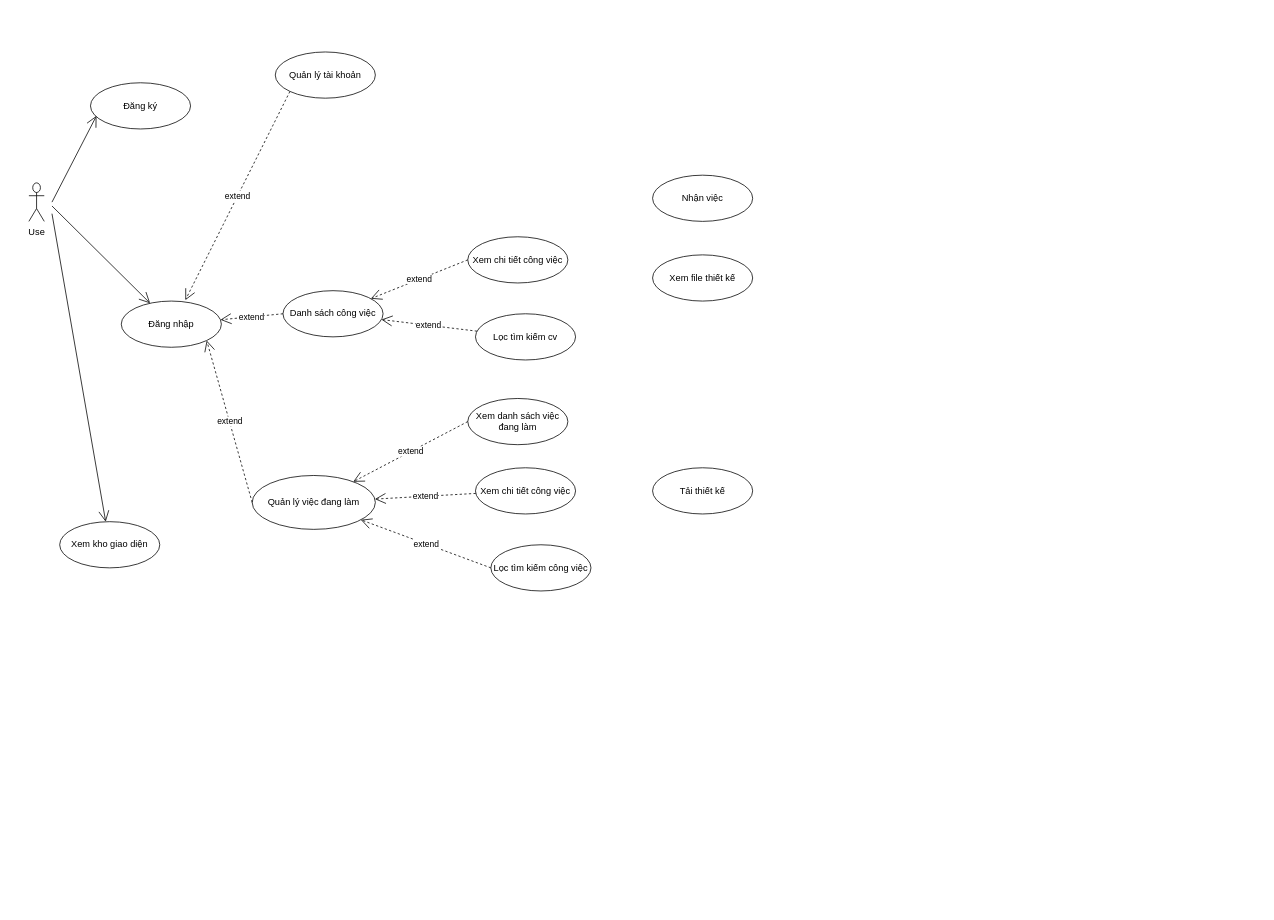
The draw.io diagram Untitled Diagram.drawio in manhhaihust/mdb-docs-and-content, before the edit. Source tidied: cells renumbered, new cells numbered last; positions are measured from the earlier drawing's top-left corner, leaving out a move shared by most shapes. Both pictures are drawn from the tidied source at 77%, with x=0, y=0 at pixel (28, 52).
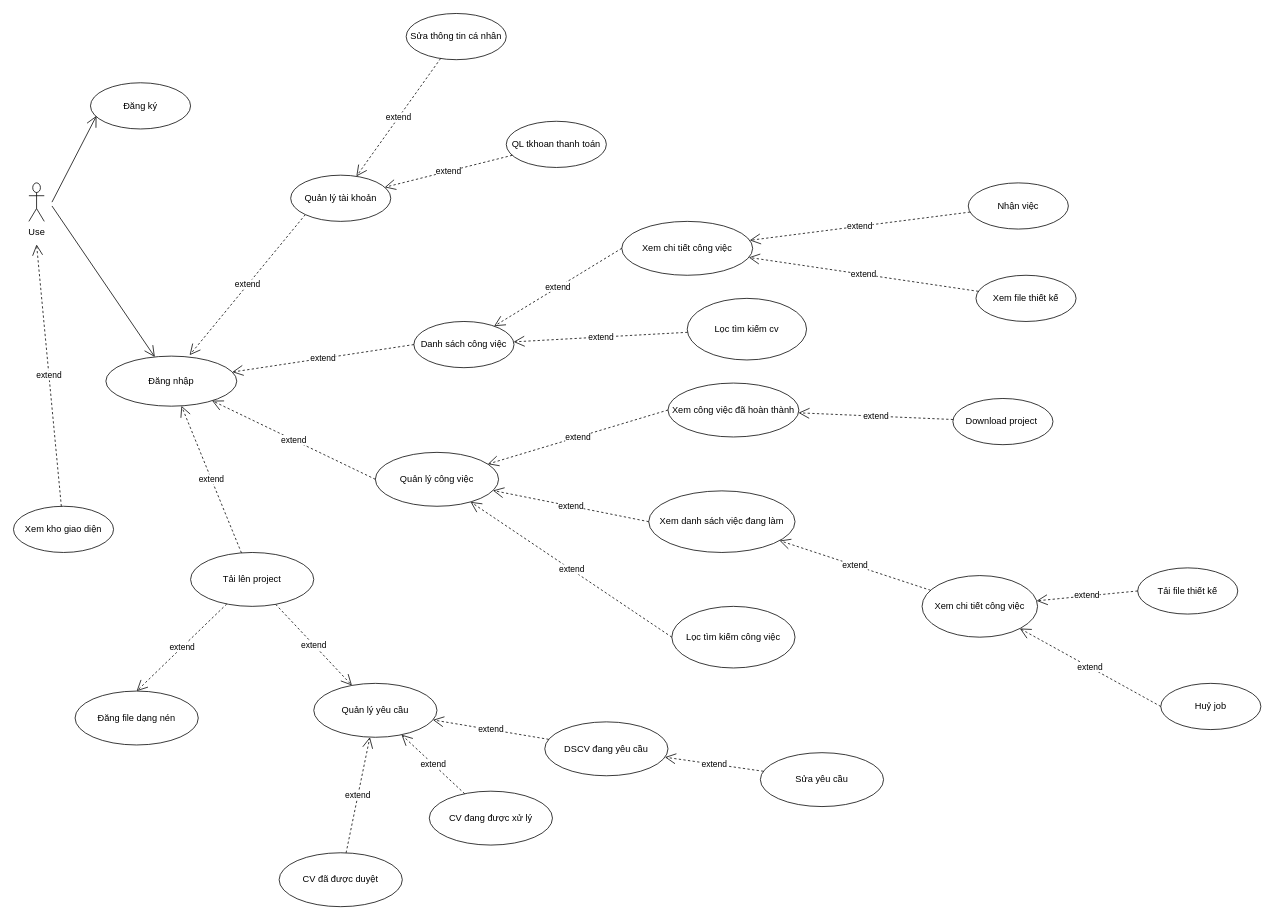
The same diagram, later.

Change to the diagram source:
```diff
@@
     <mxCell id="5" value="Đăng nhập" style="ellipse;whiteSpace=wrap;html=1;" parent="1" vertex="1">
-      <mxGeometry x="120" y="323.5" width="130" height="60" as="geometry" />
+      <mxGeometry x="100" y="395" width="170" height="65" as="geometry" />
     </mxCell>
@@
     <mxCell id="7" value="Xem kho giao diện" style="ellipse;whiteSpace=wrap;html=1;" parent="1" vertex="1">
-      <mxGeometry x="40" y="610" width="130" height="60" as="geometry" />
+      <mxGeometry x="-20" y="590" width="130" height="60" as="geometry" />
     </mxCell>
-    <mxCell id="8" style="endArrow=open;endFill=1;endSize=12;html=1;" parent="1" edge="1" target="7">
-      <mxGeometry relative="1" as="geometry">
-        <mxPoint x="30" y="210" as="sourcePoint" />
-      </mxGeometry>
-    </mxCell>
@@
     <mxCell id="10" value="Quản lý tài khoản" style="ellipse;whiteSpace=wrap;html=1;" parent="1" vertex="1">
-      <mxGeometry x="320" width="130" height="60" as="geometry" />
+      <mxGeometry x="340" y="160" width="130" height="60" as="geometry" />
     </mxCell>
     <mxCell id="11" value="Danh sách công việc" style="ellipse;whiteSpace=wrap;html=1;" parent="1" vertex="1">
-      <mxGeometry x="330" y="310" width="130" height="60" as="geometry" />
+      <mxGeometry x="500" y="350" width="130" height="60" as="geometry" />
     </mxCell>
-    <mxCell id="12" value="Quản lý việc đang làm" style="ellipse;whiteSpace=wrap;html=1;" parent="1" vertex="1">
-      <mxGeometry x="290" y="550" width="160" height="70" as="geometry" />
+    <mxCell id="12" value="Quản lý công việc" style="ellipse;whiteSpace=wrap;html=1;" parent="1" vertex="1">
+      <mxGeometry x="450" y="520" width="160" height="70" as="geometry" />
     </mxCell>
     <mxCell id="13" value="Xem danh sách việc đang làm" style="ellipse;whiteSpace=wrap;html=1;" parent="1" vertex="1">
-      <mxGeometry x="570" y="450" width="130" height="60" as="geometry" />
+      <mxGeometry x="805" y="570" width="190" height="80" as="geometry" />
     </mxCell>
     <mxCell id="14" value="Lọc tìm kiếm công việc" style="ellipse;whiteSpace=wrap;html=1;" parent="1" vertex="1">
-      <mxGeometry x="600" y="640" width="130" height="60" as="geometry" />
+      <mxGeometry x="835" y="720" width="160" height="80" as="geometry" />
     </mxCell>
     <mxCell id="15" value="Xem chi tiết công việc" style="ellipse;whiteSpace=wrap;html=1;" parent="1" vertex="1">
-      <mxGeometry x="580" y="540" width="130" height="60" as="geometry" />
+      <mxGeometry x="1160" y="680" width="150" height="80" as="geometry" />
     </mxCell>
-    <mxCell id="16" value="Tải thiết kế" style="ellipse;whiteSpace=wrap;html=1;" parent="1" vertex="1">
-      <mxGeometry x="810" y="540" width="130" height="60" as="geometry" />
+    <mxCell id="16" value="Tải file thiết kế" style="ellipse;whiteSpace=wrap;html=1;" parent="1" vertex="1">
+      <mxGeometry x="1440" y="670" width="130" height="60" as="geometry" />
     </mxCell>
     <mxCell id="17" value="Xem chi tiết công việc" style="ellipse;whiteSpace=wrap;html=1;" parent="1" vertex="1">
-      <mxGeometry x="570" y="240" width="130" height="60" as="geometry" />
+      <mxGeometry x="770" y="220" width="170" height="70" as="geometry" />
     </mxCell>
     <mxCell id="18" value="Lọc tìm kiếm cv" style="ellipse;whiteSpace=wrap;html=1;" parent="1" vertex="1">
-      <mxGeometry x="580" y="340" width="130" height="60" as="geometry" />
+      <mxGeometry x="855" y="320" width="155" height="80" as="geometry" />
     </mxCell>
     <mxCell id="19" value="Nhận việc" style="ellipse;whiteSpace=wrap;html=1;" parent="1" vertex="1">
-      <mxGeometry x="810" y="160" width="130" height="60" as="geometry" />
+      <mxGeometry x="1220" y="170" width="130" height="60" as="geometry" />
     </mxCell>
     <mxCell id="20" value="Xem file thiết kế" style="ellipse;whiteSpace=wrap;html=1;" parent="1" vertex="1">
-      <mxGeometry x="810" y="263.5" width="130" height="60" as="geometry" />
+      <mxGeometry x="1230" y="290" width="130" height="60" as="geometry" />
     </mxCell>
@@
-    <mxCell id="22" value="extend" style="endArrow=open;endSize=12;dashed=1;html=1;exitX=0;exitY=0.5;exitDx=0;exitDy=0;entryX=1;entryY=1;entryDx=0;entryDy=0;" parent="1" edge="1" source="12" target="5">
+    <mxCell id="22" value="extend" style="endArrow=open;endSize=12;dashed=1;html=1;exitX=0;exitY=0.5;exitDx=0;exitDy=0;" parent="1" edge="1" source="12" target="5">
       <mxGeometry relative="1" as="geometry" />
     </mxCell>
@@
-    <mxCell id="25" value="extend" style="endArrow=open;endSize=12;dashed=1;html=1;" parent="1" edge="1" source="15" target="12">
+    <mxCell id="25" value="extend" style="endArrow=open;endSize=12;dashed=1;html=1;" parent="1" edge="1" source="15" target="13">
       <mxGeometry relative="1" as="geometry" />
     </mxCell>
@@
+    <mxCell id="28" value="Xem công việc đã hoàn thành" style="ellipse;whiteSpace=wrap;html=1;" parent="1" vertex="1">
+      <mxGeometry x="830" y="430" width="170" height="70" as="geometry" />
+    </mxCell>
+    <mxCell id="29" value="extend" style="endArrow=open;endSize=12;dashed=1;html=1;exitX=0;exitY=0.5;exitDx=0;exitDy=0;" parent="1" edge="1" source="28" target="12">
+      <mxGeometry relative="1" as="geometry" />
+    </mxCell>
+    <mxCell id="30" value="Huỷ job" style="ellipse;whiteSpace=wrap;html=1;" parent="1" vertex="1">
+      <mxGeometry x="1470" y="820" width="130" height="60" as="geometry" />
+    </mxCell>
+    <mxCell id="31" value="extend" style="endArrow=open;endSize=12;dashed=1;html=1;" parent="1" edge="1" source="19" target="17">
+      <mxGeometry relative="1" as="geometry" />
+    </mxCell>
+    <mxCell id="32" value="extend" style="endArrow=open;endSize=12;dashed=1;html=1;" parent="1" edge="1" source="20" target="17">
+      <mxGeometry relative="1" as="geometry" />
+    </mxCell>
+    <mxCell id="33" value="extend" style="endArrow=open;endSize=12;dashed=1;html=1;" parent="1" edge="1" source="7">
+      <mxGeometry relative="1" as="geometry">
+        <mxPoint x="10" y="250" as="targetPoint" />
+      </mxGeometry>
+    </mxCell>
+    <mxCell id="34" value="extend" style="endArrow=open;endSize=12;dashed=1;html=1;exitX=0;exitY=0.5;exitDx=0;exitDy=0;" parent="1" edge="1" source="16" target="15">
+      <mxGeometry relative="1" as="geometry" />
+    </mxCell>
+    <mxCell id="35" value="extend" style="endArrow=open;endSize=12;dashed=1;html=1;exitX=0;exitY=0.5;exitDx=0;exitDy=0;" parent="1" edge="1" source="30" target="15">
+      <mxGeometry relative="1" as="geometry" />
+    </mxCell>
+    <mxCell id="36" value="Download project&amp;nbsp;" style="ellipse;whiteSpace=wrap;html=1;" parent="1" vertex="1">
+      <mxGeometry x="1200" y="450" width="130" height="60" as="geometry" />
+    </mxCell>
+    <mxCell id="37" value="extend" style="endArrow=open;endSize=12;dashed=1;html=1;" parent="1" edge="1" source="36" target="28">
+      <mxGeometry relative="1" as="geometry" />
+    </mxCell>
+    <mxCell id="38" value="Sửa thông tin cá nhân" style="ellipse;whiteSpace=wrap;html=1;" parent="1" vertex="1">
+      <mxGeometry x="490" y="-50" width="130" height="60" as="geometry" />
+    </mxCell>
+    <mxCell id="39" value="extend" style="endArrow=open;endSize=12;dashed=1;html=1;" parent="1" edge="1" source="38" target="10">
+      <mxGeometry relative="1" as="geometry" />
+    </mxCell>
+    <mxCell id="40" value="QL tkhoan thanh toán" style="ellipse;whiteSpace=wrap;html=1;" parent="1" vertex="1">
+      <mxGeometry x="620" y="90" width="130" height="60" as="geometry" />
+    </mxCell>
+    <mxCell id="41" value="extend" style="endArrow=open;endSize=12;dashed=1;html=1;" parent="1" edge="1" source="40" target="10">
+      <mxGeometry relative="1" as="geometry" />
+    </mxCell>
+    <mxCell id="42" value="Tải lên project" style="ellipse;whiteSpace=wrap;html=1;" parent="1" vertex="1">
+      <mxGeometry x="210" y="650" width="160" height="70" as="geometry" />
+    </mxCell>
+    <mxCell id="43" value="extend" style="endArrow=open;endSize=12;dashed=1;html=1;" parent="1" edge="1" source="42" target="5">
+      <mxGeometry relative="1" as="geometry" />
+    </mxCell>
+    <mxCell id="44" value="Quản lý yêu cầu" style="ellipse;whiteSpace=wrap;html=1;" parent="1" vertex="1">
+      <mxGeometry x="370" y="820" width="160" height="70" as="geometry" />
+    </mxCell>
+    <mxCell id="45" value="extend" style="endArrow=open;endSize=12;dashed=1;html=1;" parent="1" edge="1" source="42" target="44">
+      <mxGeometry relative="1" as="geometry" />
+    </mxCell>
+    <mxCell id="46" value="Đăng file dạng nén" style="ellipse;whiteSpace=wrap;html=1;" parent="1" vertex="1">
+      <mxGeometry x="60" y="830" width="160" height="70" as="geometry" />
+    </mxCell>
+    <mxCell id="47" value="extend" style="endArrow=open;endSize=12;dashed=1;html=1;entryX=0.5;entryY=0;entryDx=0;entryDy=0;" parent="1" edge="1" source="42" target="46">
+      <mxGeometry relative="1" as="geometry" />
+    </mxCell>
+    <mxCell id="48" value="CV đã được duyệt" style="ellipse;whiteSpace=wrap;html=1;" parent="1" vertex="1">
+      <mxGeometry x="325" y="1040" width="160" height="70" as="geometry" />
+    </mxCell>
+    <mxCell id="49" value="CV đang được xử lý" style="ellipse;whiteSpace=wrap;html=1;" parent="1" vertex="1">
+      <mxGeometry x="520" y="960" width="160" height="70" as="geometry" />
+    </mxCell>
+    <mxCell id="50" value="DSCV đang yêu cầu" style="ellipse;whiteSpace=wrap;html=1;" parent="1" vertex="1">
+      <mxGeometry x="670" y="870" width="160" height="70" as="geometry" />
+    </mxCell>
+    <mxCell id="51" value="extend" style="endArrow=open;endSize=12;dashed=1;html=1;" parent="1" edge="1" source="50" target="44">
+      <mxGeometry relative="1" as="geometry" />
+    </mxCell>
+    <mxCell id="52" value="extend" style="endArrow=open;endSize=12;dashed=1;html=1;" parent="1" edge="1" source="49" target="44">
+      <mxGeometry relative="1" as="geometry" />
+    </mxCell>
+    <mxCell id="53" value="extend" style="endArrow=open;endSize=12;dashed=1;html=1;" parent="1" edge="1" source="48" target="44">
+      <mxGeometry relative="1" as="geometry" />
+    </mxCell>
+    <mxCell id="54" value="Sửa yêu cầu" style="ellipse;whiteSpace=wrap;html=1;" parent="1" vertex="1">
+      <mxGeometry x="950" y="910" width="160" height="70" as="geometry" />
+    </mxCell>
+    <mxCell id="55" value="extend" style="endArrow=open;endSize=12;dashed=1;html=1;" parent="1" edge="1" source="54" target="50">
+      <mxGeometry relative="1" as="geometry" />
+    </mxCell>
```
